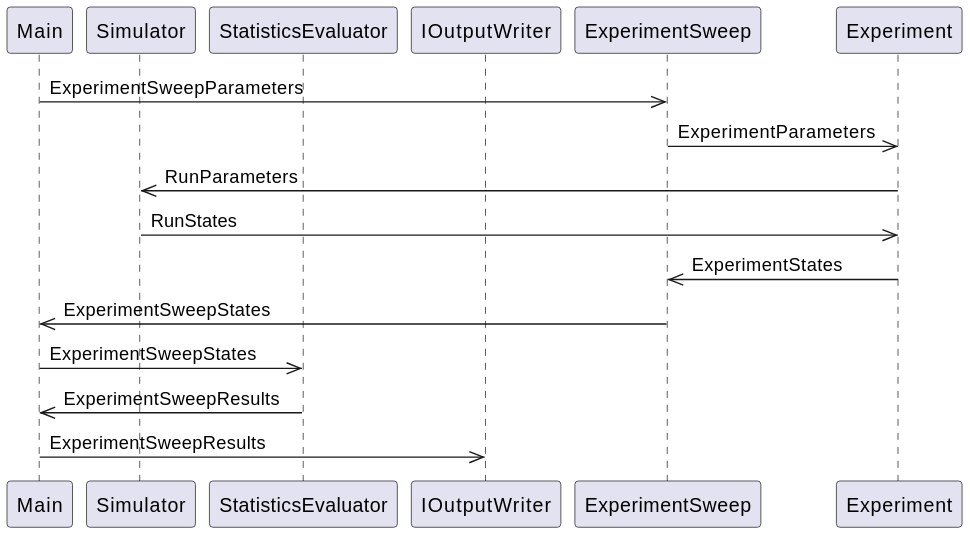
Earlier version of the PlantUML export thesis/assets/diagrams/cpp_dataflow.svg (hamrik/fatint-thesis).
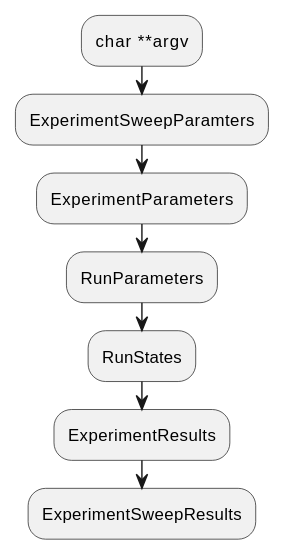
The same file after the commit.

The edit, as a diff of the source:
```diff
@@ -1,16 +1,9 @@
 @startuml
-participant Main
-participant Simulator
-participant StatisticsEvaluator
-participant IOutputWriter
-
-Main ->> ExperimentSweep : ExperimentSweepParameters
-ExperimentSweep ->> Experiment : ExperimentParameters
-Experiment ->> Simulator : RunParameters
-Simulator ->> Experiment : RunStates
-Experiment ->> ExperimentSweep : ExperimentStates
-ExperimentSweep ->> Main : ExperimentSweepStates
-Main ->> StatisticsEvaluator : ExperimentSweepStates
-StatisticsEvaluator ->> Main : ExperimentSweepResults
-Main ->> IOutputWriter : ExperimentSweepResults
+:char **argv;
+:ExperimentSweepParamters;
+:ExperimentParameters;
+:RunParameters;
+:RunStates;
+:ExperimentResults;
+:ExperimentSweepResults;
 @enduml
```
